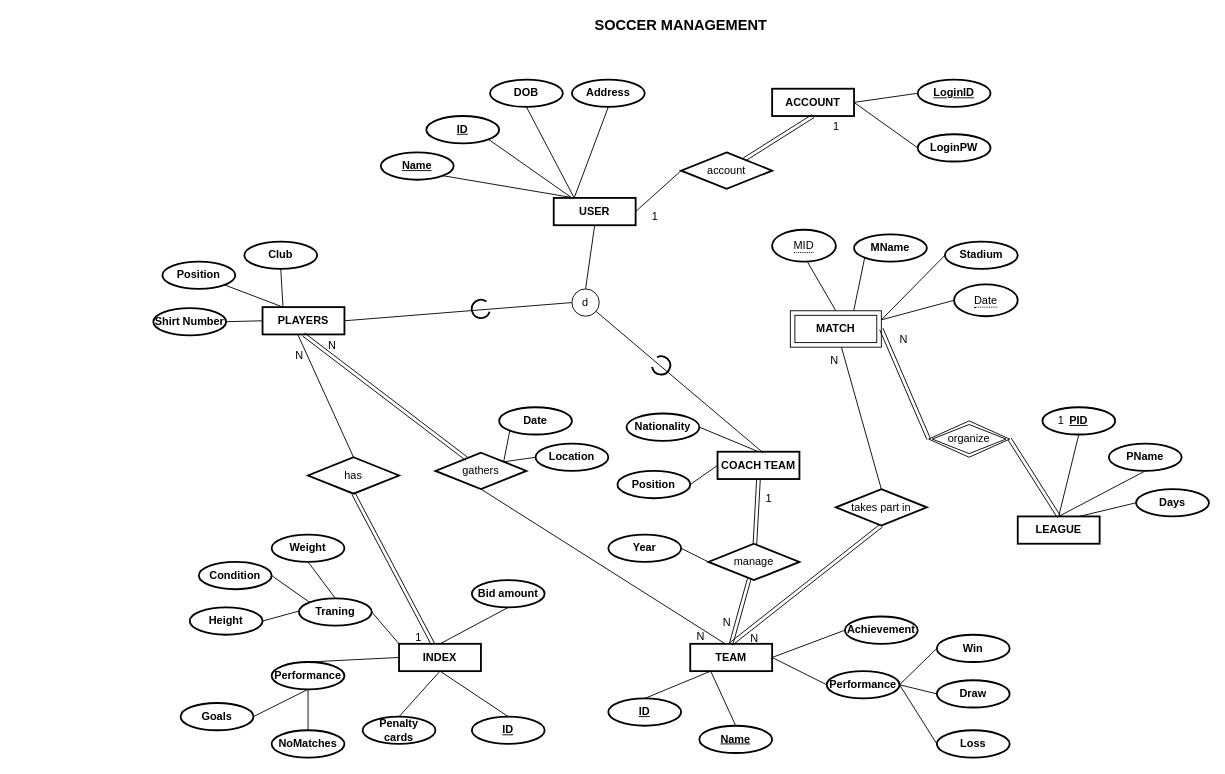
This is SoccerDatabase.drawio from kieuvantuyen01/testGit, a draw.io file, before an edit. Source tidied: cells renumbered, new cells numbered last; positions are measured from the earlier drawing's top-left corner, leaving out a move shared by most shapes. Both pictures are drawn from the tidied source at 91%, with x=0, y=0 at pixel (153, 15).
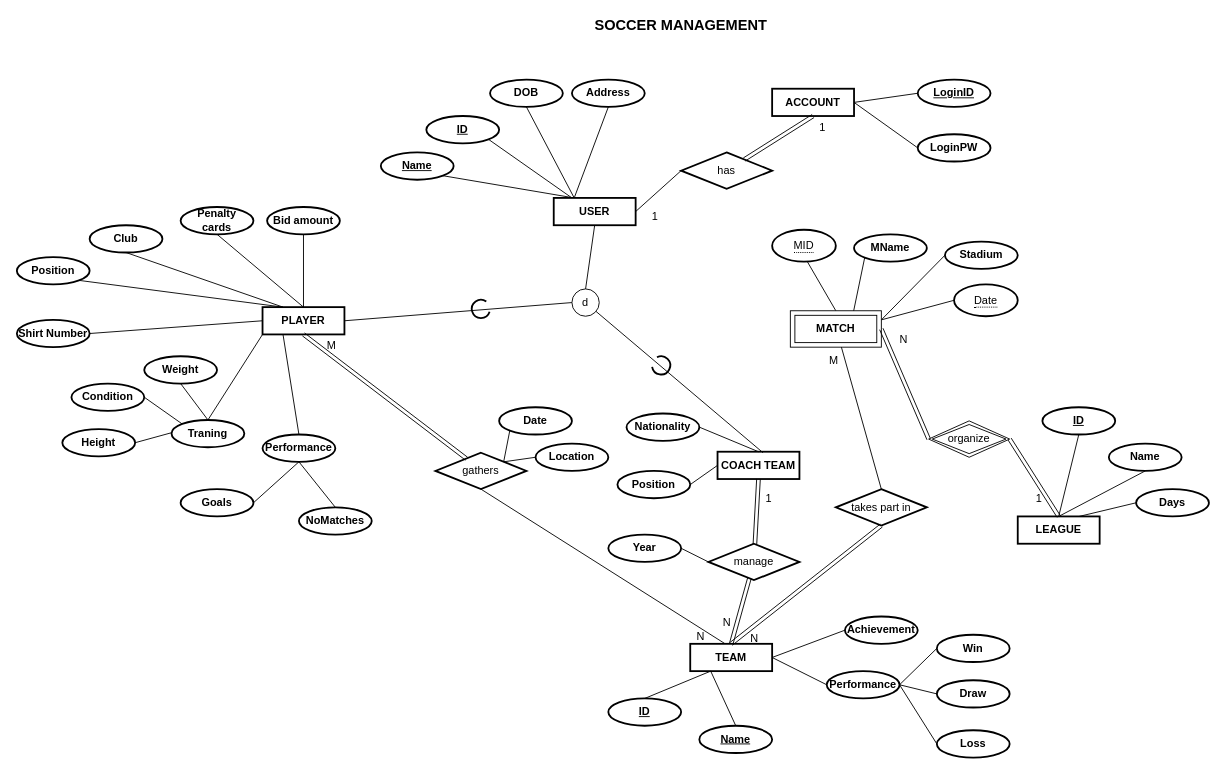
The same diagram, later.

The change refers to these unchanged cells:
```xml
<mxCell id="60" style="shape=link;html=1;rounded=0;exitX=0.342;exitY=0.165;exitDx=0;exitDy=0;entryX=0.5;entryY=1;entryDx=0;entryDy=0;exitPerimeter=0;" parent="1" edge="1" source="57" target="5">
  <mxGeometry relative="1" as="geometry" />
</mxCell>
<mxCell id="102" style="shape=link;html=1;rounded=0;entryX=1;entryY=0.5;entryDx=0;entryDy=0;exitX=0.5;exitY=0;exitDx=0;exitDy=0;" parent="1" edge="1" source="83" target="90">
  <mxGeometry relative="1" as="geometry" />
</mxCell>
<mxCell id="116" style="shape=link;html=1;rounded=0;entryX=0.5;entryY=1;entryDx=0;entryDy=0;" parent="1" edge="1" source="114" target="109">
  <mxGeometry relative="1" as="geometry" />
</mxCell>
```

Change to the diagram source:
```diff
@@
-    <mxCell id="4" value="INDEX" style="whiteSpace=wrap;html=1;align=center;fontStyle=1;strokeWidth=2;" parent="1" vertex="1">
-      <mxGeometry x="270" y="690" width="90" height="30" as="geometry" />
-    </mxCell>
-    <mxCell id="5" value="PLAYERS" style="whiteSpace=wrap;html=1;align=center;fontStyle=1;strokeWidth=2;" parent="1" vertex="1">
+    <mxCell id="5" value="PLAYER" style="whiteSpace=wrap;html=1;align=center;fontStyle=1;strokeWidth=2;" parent="1" vertex="1">
       <mxGeometry x="120" y="320" width="90" height="30" as="geometry" />
     </mxCell>
     <mxCell id="6" value="Club" style="ellipse;whiteSpace=wrap;html=1;align=center;strokeWidth=2;fontStyle=1;" parent="1" vertex="1">
-      <mxGeometry x="100" y="248" width="80" height="30" as="geometry" />
+      <mxGeometry x="-70" y="230" width="80" height="30" as="geometry" />
     </mxCell>
     <mxCell id="7" value="Shirt Number" style="ellipse;whiteSpace=wrap;html=1;align=center;strokeWidth=2;fontStyle=1;" parent="1" vertex="1">
-      <mxGeometry y="321" width="80" height="30" as="geometry" />
+      <mxGeometry x="-150" y="334" width="80" height="30" as="geometry" />
     </mxCell>
@@
     <mxCell id="12" value="Performance" style="ellipse;whiteSpace=wrap;html=1;align=center;strokeWidth=2;fontStyle=1;" parent="1" vertex="1">
-      <mxGeometry x="130" y="710" width="80" height="30" as="geometry" />
+      <mxGeometry x="120" y="460" width="80" height="30" as="geometry" />
     </mxCell>
     <mxCell id="13" value="Penalty cards" style="ellipse;whiteSpace=wrap;html=1;align=center;strokeWidth=2;fontStyle=1;" parent="1" vertex="1">
-      <mxGeometry x="230" y="770" width="80" height="30" as="geometry" />
+      <mxGeometry x="30" y="210" width="80" height="30" as="geometry" />
     </mxCell>
     <mxCell id="14" value="Goals" style="ellipse;whiteSpace=wrap;html=1;align=center;strokeWidth=2;fontStyle=1;" parent="1" vertex="1">
-      <mxGeometry x="30" y="755" width="80" height="30" as="geometry" />
+      <mxGeometry x="30" y="520" width="80" height="30" as="geometry" />
     </mxCell>
     <mxCell id="15" value="NoMatches" style="ellipse;whiteSpace=wrap;html=1;align=center;strokeWidth=2;fontStyle=1;" parent="1" vertex="1">
-      <mxGeometry x="130" y="785" width="80" height="30" as="geometry" />
+      <mxGeometry x="160" y="540" width="80" height="30" as="geometry" />
     </mxCell>
     <mxCell id="16" value="Traning" style="ellipse;whiteSpace=wrap;html=1;align=center;strokeWidth=2;fontStyle=1;" parent="1" vertex="1">
-      <mxGeometry x="160" y="640" width="80" height="30" as="geometry" />
+      <mxGeometry x="20" y="444" width="80" height="30" as="geometry" />
     </mxCell>
     <mxCell id="17" value="Weight" style="ellipse;whiteSpace=wrap;html=1;align=center;strokeWidth=2;fontStyle=1;" parent="1" vertex="1">
-      <mxGeometry x="130" y="570" width="80" height="30" as="geometry" />
+      <mxGeometry x="-10" y="374" width="80" height="30" as="geometry" />
     </mxCell>
     <mxCell id="18" value="Height" style="ellipse;whiteSpace=wrap;html=1;align=center;strokeWidth=2;fontStyle=1;" parent="1" vertex="1">
-      <mxGeometry x="40" y="650" width="80" height="30" as="geometry" />
+      <mxGeometry x="-100" y="454" width="80" height="30" as="geometry" />
     </mxCell>
     <mxCell id="19" value="Position" style="ellipse;whiteSpace=wrap;html=1;align=center;strokeWidth=2;fontStyle=1;" parent="1" vertex="1">
-      <mxGeometry x="10" y="270" width="80" height="30" as="geometry" />
+      <mxGeometry x="-150" y="265" width="80" height="30" as="geometry" />
     </mxCell>
     <mxCell id="20" value="Bid amount" style="ellipse;whiteSpace=wrap;html=1;align=center;strokeWidth=2;fontStyle=1;" parent="1" vertex="1">
-      <mxGeometry x="350" y="620" width="80" height="30" as="geometry" />
+      <mxGeometry x="125" y="210" width="80" height="30" as="geometry" />
     </mxCell>
     <mxCell id="21" value="Condition" style="ellipse;whiteSpace=wrap;html=1;align=center;strokeWidth=2;fontStyle=1;" parent="1" vertex="1">
-      <mxGeometry x="50" y="600" width="80" height="30" as="geometry" />
+      <mxGeometry x="-90" y="404" width="80" height="30" as="geometry" />
     </mxCell>
@@
     <mxCell id="35" style="endArrow=none;html=1;rounded=0;exitX=1;exitY=0.5;exitDx=0;exitDy=0;" parent="1" edge="1" source="18">
       <mxGeometry relative="1" as="geometry">
-        <mxPoint x="160" y="654" as="targetPoint" />
+        <mxPoint x="20" y="458" as="targetPoint" />
       </mxGeometry>
     </mxCell>
-    <mxCell id="36" style="endArrow=none;html=1;rounded=0;exitX=0.5;exitY=0;exitDx=0;exitDy=0;entryX=0;entryY=0.5;entryDx=0;entryDy=0;" parent="1" edge="1" source="12" target="4">
+    <mxCell id="36" style="endArrow=none;html=1;rounded=0;exitX=0.5;exitY=0;exitDx=0;exitDy=0;entryX=0.25;entryY=1;entryDx=0;entryDy=0;" parent="1" edge="1" source="12" target="5">
       <mxGeometry relative="1" as="geometry" />
     </mxCell>
-    <mxCell id="37" style="endArrow=none;html=1;rounded=0;exitX=0.5;exitY=1;exitDx=0;exitDy=0;entryX=0.5;entryY=0;entryDx=0;entryDy=0;" parent="1" edge="1" source="20" target="4">
+    <mxCell id="37" style="endArrow=none;html=1;rounded=0;exitX=0.5;exitY=1;exitDx=0;exitDy=0;entryX=0.5;entryY=0;entryDx=0;entryDy=0;" parent="1" edge="1" source="20" target="5">
       <mxGeometry relative="1" as="geometry" />
     </mxCell>
-    <mxCell id="38" style="endArrow=none;html=1;rounded=0;exitX=0.5;exitY=1;exitDx=0;exitDy=0;entryX=0.5;entryY=0;entryDx=0;entryDy=0;" parent="1" edge="1" source="4" target="13">
+    <mxCell id="38" style="endArrow=none;html=1;rounded=0;exitX=0.5;exitY=0;exitDx=0;exitDy=0;entryX=0.5;entryY=1;entryDx=0;entryDy=0;" parent="1" edge="1" source="5" target="13">
       <mxGeometry relative="1" as="geometry" />
     </mxCell>
@@
-    <mxCell id="41" style="endArrow=none;html=1;rounded=0;exitX=1;exitY=0.5;exitDx=0;exitDy=0;entryX=0;entryY=0;entryDx=0;entryDy=0;" parent="1" edge="1" source="16" target="4">
+    <mxCell id="41" style="endArrow=none;html=1;rounded=0;exitX=0.5;exitY=0;exitDx=0;exitDy=0;entryX=0;entryY=1;entryDx=0;entryDy=0;" parent="1" edge="1" source="16" target="5">
       <mxGeometry relative="1" as="geometry" />
     </mxCell>
@@
-    <mxCell id="56" value="has" style="shape=rhombus;perimeter=rhombusPerimeter;whiteSpace=wrap;html=1;align=center;strokeWidth=2;" parent="1" vertex="1">
-      <mxGeometry x="170" y="485" width="100" height="40" as="geometry" />
-    </mxCell>
@@
-    <mxCell id="61" value="N" style="html=1;align=right;verticalAlign=bottom;" parent="60" vertex="1">
+    <mxCell id="61" value="M" style="html=1;align=right;verticalAlign=bottom;" parent="60" vertex="1">
       <mxGeometry x="1" relative="1" as="geometry">
         <mxPoint x="35.3" y="20.1" as="offset" />
       </mxGeometry>
     </mxCell>
@@
-    <mxCell id="66" style="shape=link;html=1;rounded=0;exitX=0.5;exitY=1;exitDx=0;exitDy=0;" parent="1" edge="1" source="56" target="4">
-      <mxGeometry relative="1" as="geometry" />
-    </mxCell>
-    <mxCell id="67" value="1" style="html=1;align=right;verticalAlign=bottom;" parent="66" vertex="1">
-      <mxGeometry x="1" relative="1" as="geometry">
-        <mxPoint x="-12" y="0.2" as="offset" />
-      </mxGeometry>
-    </mxCell>
-    <mxCell id="68" style="endArrow=none;html=1;rounded=0;exitX=0.433;exitY=1.02;exitDx=0;exitDy=0;exitPerimeter=0;entryX=0.5;entryY=0;entryDx=0;entryDy=0;" parent="1" edge="1" source="5" target="56">
-      <mxGeometry relative="1" as="geometry" />
-    </mxCell>
-    <mxCell id="69" value="N" style="html=1;align=right;verticalAlign=bottom;" parent="1" vertex="1">
-      <mxGeometry x="203" y="380" as="geometry">
-        <mxPoint x="-38" y="1" as="offset" />
-      </mxGeometry>
-    </mxCell>
@@
-    <mxCell id="84" value="PID" style="ellipse;whiteSpace=wrap;html=1;align=center;strokeWidth=2;fontStyle=5;" parent="1" vertex="1">
+    <mxCell id="84" value="ID" style="ellipse;whiteSpace=wrap;html=1;align=center;strokeWidth=2;fontStyle=5;" parent="1" vertex="1">
       <mxGeometry x="977" y="430" width="80" height="30" as="geometry" />
     </mxCell>
-    <mxCell id="85" value="PName" style="ellipse;whiteSpace=wrap;html=1;align=center;strokeWidth=2;fontStyle=1;" parent="1" vertex="1">
+    <mxCell id="85" value="Name" style="ellipse;whiteSpace=wrap;html=1;align=center;strokeWidth=2;fontStyle=1;" parent="1" vertex="1">
       <mxGeometry x="1050" y="470" width="80" height="30" as="geometry" />
     </mxCell>
@@
-    <mxCell id="96" value="N" style="html=1;align=right;verticalAlign=bottom;" parent="1" vertex="1">
+    <mxCell id="96" value="M" style="html=1;align=right;verticalAlign=bottom;" parent="1" vertex="1">
       <mxGeometry x="890" y="436.9" as="geometry">
         <mxPoint x="-137" y="-50" as="offset" />
       </mxGeometry>
     </mxCell>
@@
     <mxCell id="103" value="1" style="html=1;align=right;verticalAlign=bottom;" parent="102" vertex="1">
       <mxGeometry x="1" relative="1" as="geometry">
-        <mxPoint x="59.8" y="-12" as="offset" />
+        <mxPoint x="35.7" y="74.5" as="offset" />
       </mxGeometry>
     </mxCell>
@@
-    <mxCell id="114" value="account" style="shape=rhombus;perimeter=rhombusPerimeter;whiteSpace=wrap;html=1;align=center;strokeWidth=2;" parent="1" vertex="1">
+    <mxCell id="114" value="has" style="shape=rhombus;perimeter=rhombusPerimeter;whiteSpace=wrap;html=1;align=center;strokeWidth=2;" parent="1" vertex="1">
       <mxGeometry x="580" y="150" width="100" height="40" as="geometry" />
     </mxCell>
@@
     <mxCell id="117" value="1" style="html=1;align=right;verticalAlign=bottom;" parent="116" vertex="1">
       <mxGeometry x="1" relative="1" as="geometry">
-        <mxPoint x="29.4" y="20" as="offset" />
+        <mxPoint x="14.5" y="20.3" as="offset" />
       </mxGeometry>
     </mxCell>
@@
-    <mxCell id="121" value="ID" style="ellipse;whiteSpace=wrap;html=1;align=center;strokeWidth=2;fontStyle=5;" parent="1" vertex="1">
-      <mxGeometry x="350" y="770" width="80" height="30" as="geometry" />
-    </mxCell>
-    <mxCell id="122" style="endArrow=none;html=1;rounded=0;entryX=0.5;entryY=0;entryDx=0;entryDy=0;exitX=0.5;exitY=1;exitDx=0;exitDy=0;" parent="1" edge="1" source="4" target="121">
-      <mxGeometry relative="1" as="geometry" />
-    </mxCell>
```
